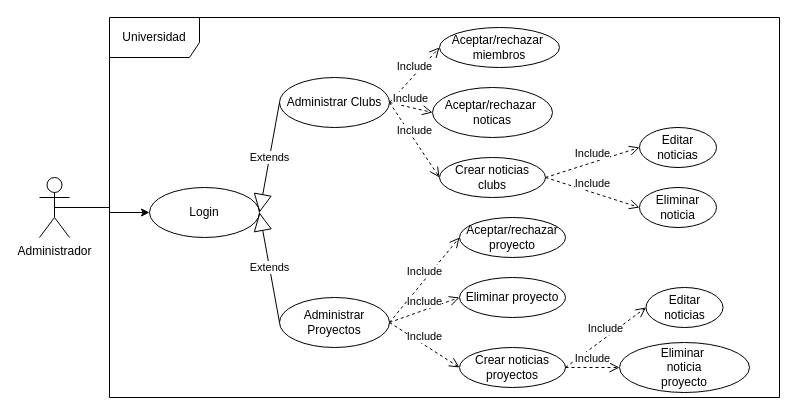
This is diagramaUso_Administrador.drawio from JeffersonUniversidad/entornos, a draw.io file, before an edit. Source tidied: cells renumbered, new cells numbered last; positions are measured from the earlier drawing's top-left corner, leaving out a move shared by most shapes. Both pictures are drawn from the tidied source at 100%, with x=0, y=0 at pixel (39, 17).
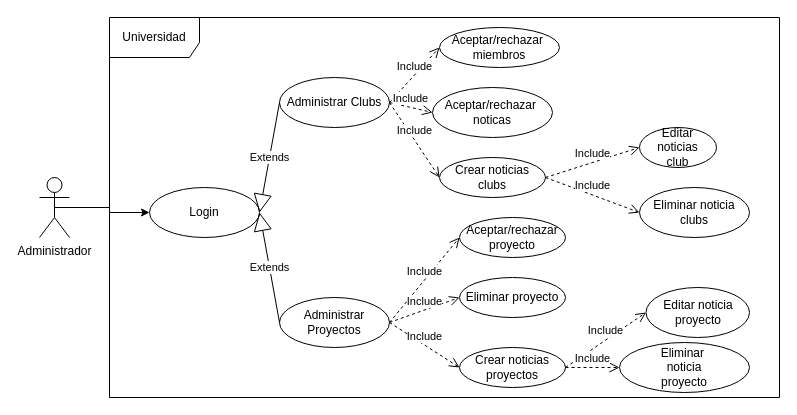
Above is the later version.

The edit, as a diff of the source:
```diff
@@
-    <mxCell id="19" value="Editar noticias" style="ellipse;whiteSpace=wrap;html=1;" parent="1" vertex="1">
+    <mxCell id="19" value="Editar noticias&lt;br&gt;club" style="ellipse;whiteSpace=wrap;html=1;" parent="1" vertex="1">
       <mxGeometry x="600" y="110" width="77" height="40" as="geometry" />
     </mxCell>
-    <mxCell id="20" value="Eliminar noticia" style="ellipse;whiteSpace=wrap;html=1;" parent="1" vertex="1">
-      <mxGeometry x="600" y="170" width="77" height="40" as="geometry" />
+    <mxCell id="20" value="Eliminar noticia&lt;br&gt;clubs" style="ellipse;whiteSpace=wrap;html=1;" parent="1" vertex="1">
+      <mxGeometry x="600" y="170" width="110" height="50" as="geometry" />
     </mxCell>
@@
-    <mxCell id="27" value="Editar noticias" style="ellipse;whiteSpace=wrap;html=1;" parent="1" vertex="1">
-      <mxGeometry x="606.5" y="270" width="77" height="40" as="geometry" />
+    <mxCell id="27" value="Editar noticia&lt;br&gt;proyecto" style="ellipse;whiteSpace=wrap;html=1;" parent="1" vertex="1">
+      <mxGeometry x="606.5" y="270" width="103.5" height="50" as="geometry" />
     </mxCell>
```
